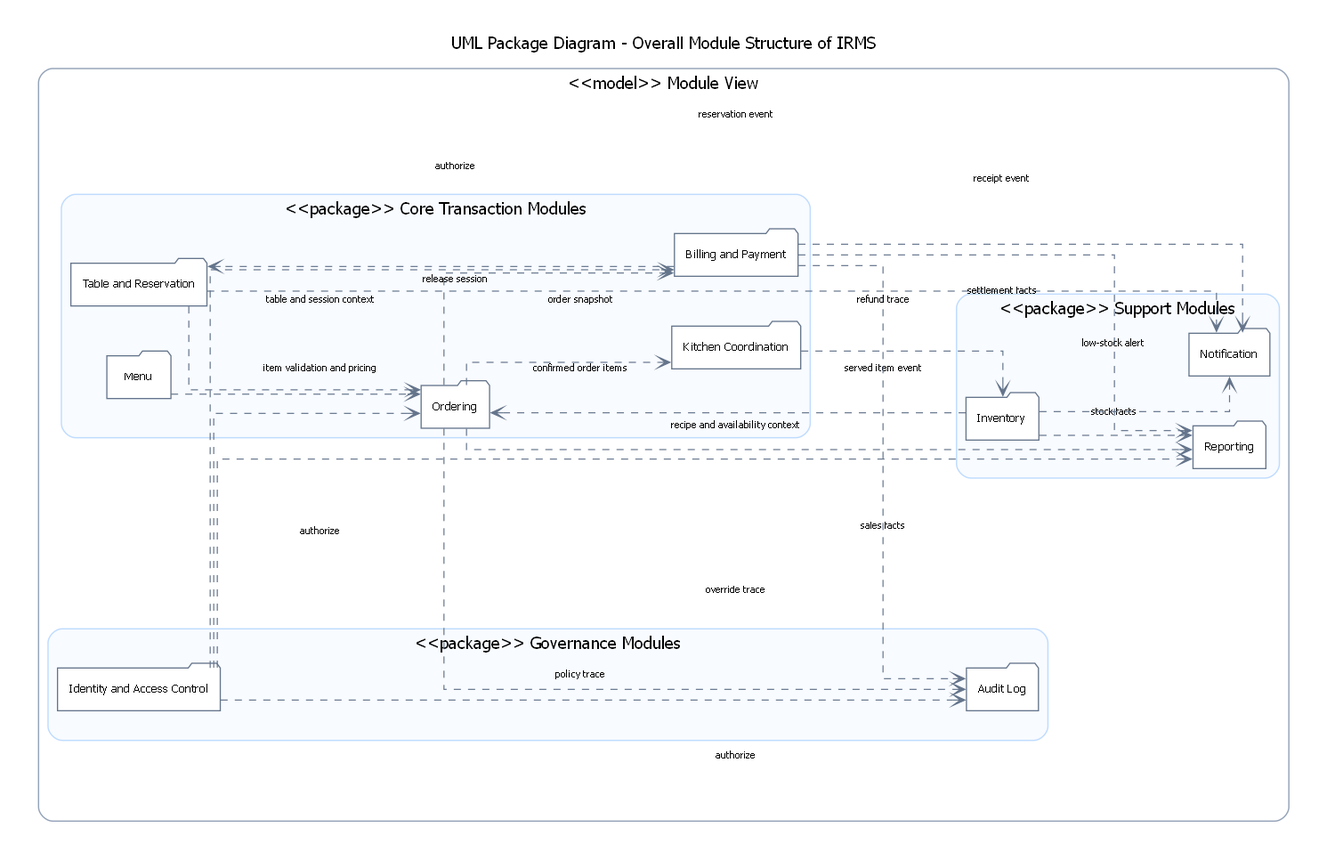
This is assets/diagrams/rendered/architecture/06_module_view_overall_irms.png from lehoangluan1/SA_IRMS, a Graphviz export, as it was before one commit. Its source is kept beside it as assets/diagrams/source/architecture/06_module_view_overall_irms.dot.
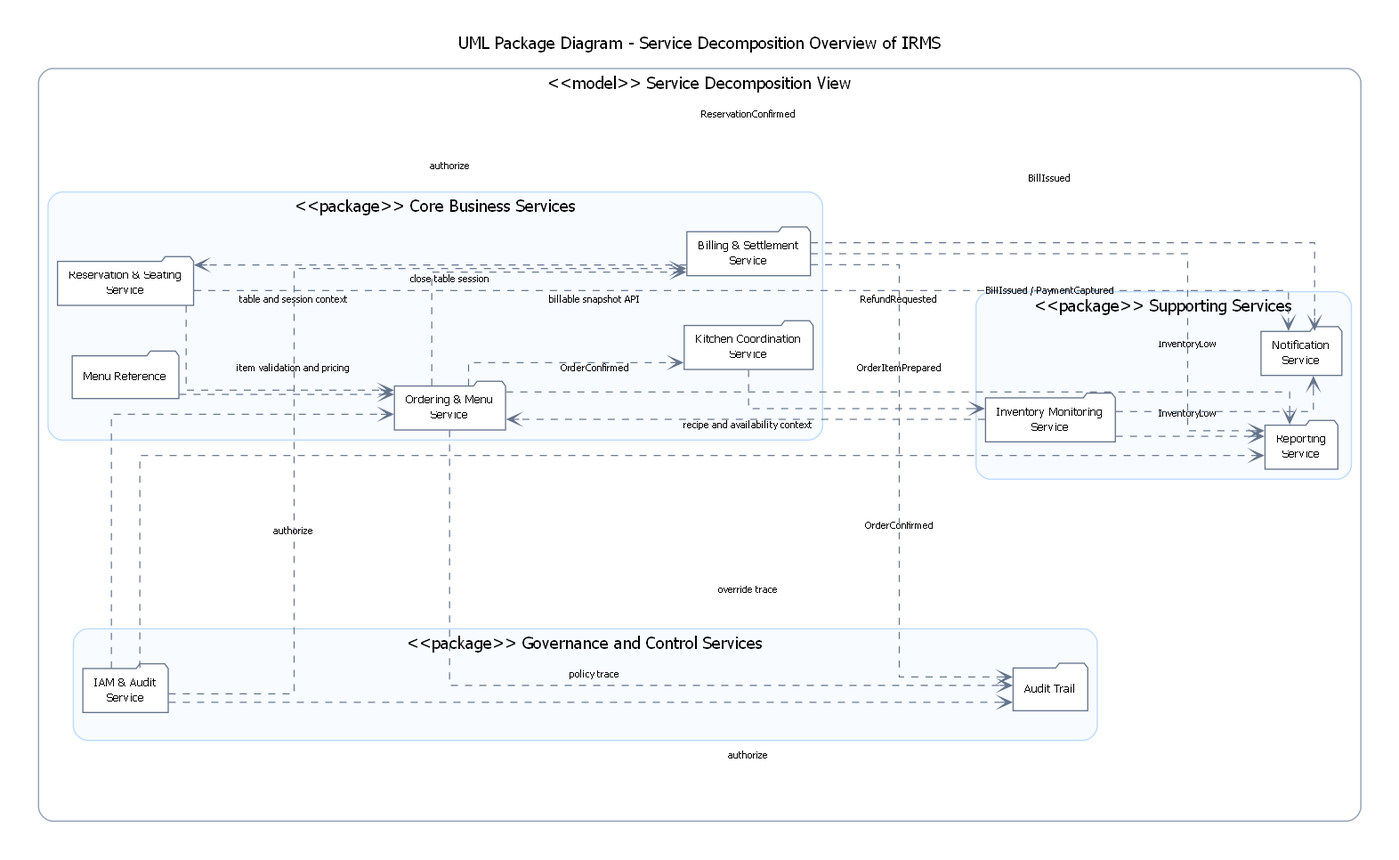
The same file after the commit.

Change to the diagram source:
```diff
@@ -10,72 +10,72 @@
     splines=ortho,
     fontname="DejaVu Sans",
     labelloc="t",
-    label="UML Package Diagram - Overall Module Structure of IRMS"
+    label="UML Package Diagram - Service Decomposition Overview of IRMS"
   ];
 
   node [shape=folder, style="filled", fillcolor="#FFFFFF", color="#64748B", penwidth=1.0, fontname="DejaVu Sans", fontsize=9.8, margin="0.14,0.08"];
   edge [style=dashed, arrowhead=vee, color="#64748B", penwidth=0.9, fontname="DejaVu Sans", fontsize=8.2];
 
   subgraph cluster_model {
-    label="<<model>> Module View";
+    label="<<model>> Service Decomposition View";
     color="#94A3B8";
     penwidth=1.1;
     style="rounded";
 
     subgraph cluster_core {
-      label="<<package>> Core Transaction Modules";
+      label="<<package>> Core Business Services";
       color="#BFDBFE";
       style="rounded,filled";
       fillcolor="#F8FBFF";
-      reservation [label="Table and Reservation"];
-      menu [label="Menu"];
-      ordering [label="Ordering"];
-      kitchen [label="Kitchen Coordination"];
-      billing [label="Billing and Payment"];
+      reservation [label="Reservation & Seating\nService"];
+      menu [label="Menu Reference"];
+      ordering [label="Ordering & Menu\nService"];
+      kitchen [label="Kitchen Coordination\nService"];
+      billing [label="Billing & Settlement\nService"];
     }
 
     subgraph cluster_support {
-      label="<<package>> Support Modules";
+      label="<<package>> Supporting Services";
       color="#BFDBFE";
       style="rounded,filled";
       fillcolor="#F8FBFF";
-      inventory [label="Inventory"];
-      reporting [label="Reporting"];
-      notification [label="Notification"];
+      inventory [label="Inventory Monitoring\nService"];
+      reporting [label="Reporting\nService"];
+      notification [label="Notification\nService"];
     }
 
     subgraph cluster_governance {
-      label="<<package>> Governance Modules";
+      label="<<package>> Governance and Control Services";
       color="#BFDBFE";
       style="rounded,filled";
       fillcolor="#F8FBFF";
-      iam [label="Identity and Access Control"];
-      audit [label="Audit Log"];
+      iam [label="IAM & Audit\nService"];
+      audit [label="Audit Trail"];
     }
   }
 
   reservation -> ordering [label="table and session context"];
   menu -> ordering [label="item validation and pricing"];
-  ordering -> kitchen [label="confirmed order items"];
-  ordering -> billing [label="order snapshot"];
-  billing -> reservation [label="release session"];
+  ordering -> kitchen [label="OrderConfirmed"];
+  ordering -> billing [label="billable snapshot API"];
+  billing -> reservation [label="close table session"];
 
   inventory -> ordering [label="recipe and availability context"];
-  kitchen -> inventory [label="served item event"];
+  kitchen -> inventory [label="OrderItemPrepared"];
 
-  ordering -> reporting [label="sales facts"];
-  billing -> reporting [label="settlement facts"];
-  inventory -> reporting [label="stock facts"];
+  ordering -> reporting [label="OrderConfirmed"];
+  billing -> reporting [label="BillIssued / PaymentCaptured"];
+  inventory -> reporting [label="InventoryLow"];
 
-  reservation -> notification [label="reservation event"];
-  billing -> notification [label="receipt event"];
-  inventory -> notification [label="low-stock alert"];
+  reservation -> notification [label="ReservationConfirmed"];
+  billing -> notification [label="BillIssued"];
+  inventory -> notification [label="InventoryLow"];
 
   iam -> ordering [label="authorize"];
   iam -> billing [label="authorize"];
   iam -> reporting [label="authorize"];
 
   ordering -> audit [label="override trace"];
-  billing -> audit [label="refund trace"];
+  billing -> audit [label="RefundRequested"];
   iam -> audit [label="policy trace"];
 }
```
